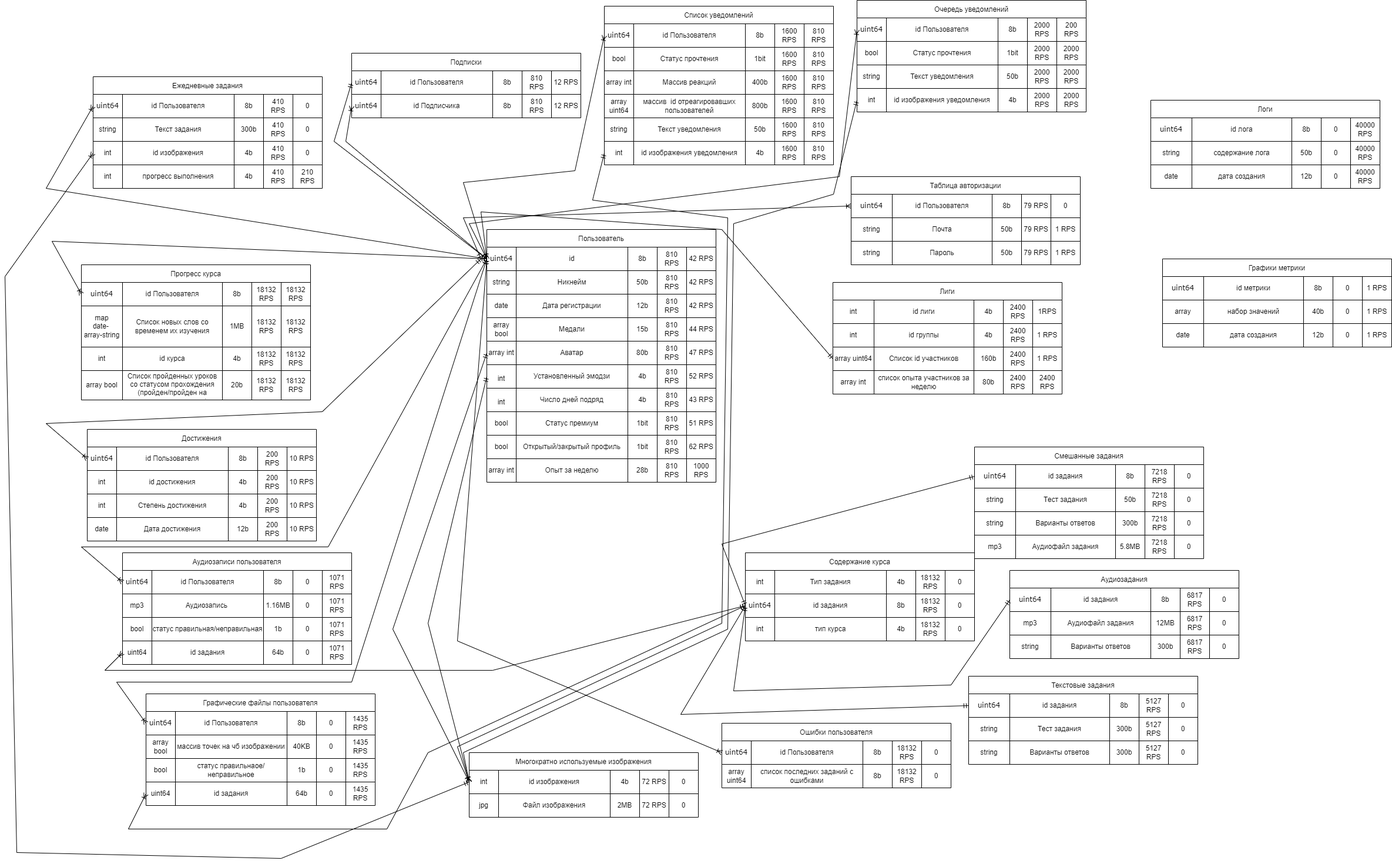
Before: logic_scheme.png, a diagram exported from draw.io (Olgmuzalev13/highload-duolingo). Source tidied: cells renumbered, new cells last; positions are measured from the earlier drawing's top-left corner, leaving out a move shared by most shapes.
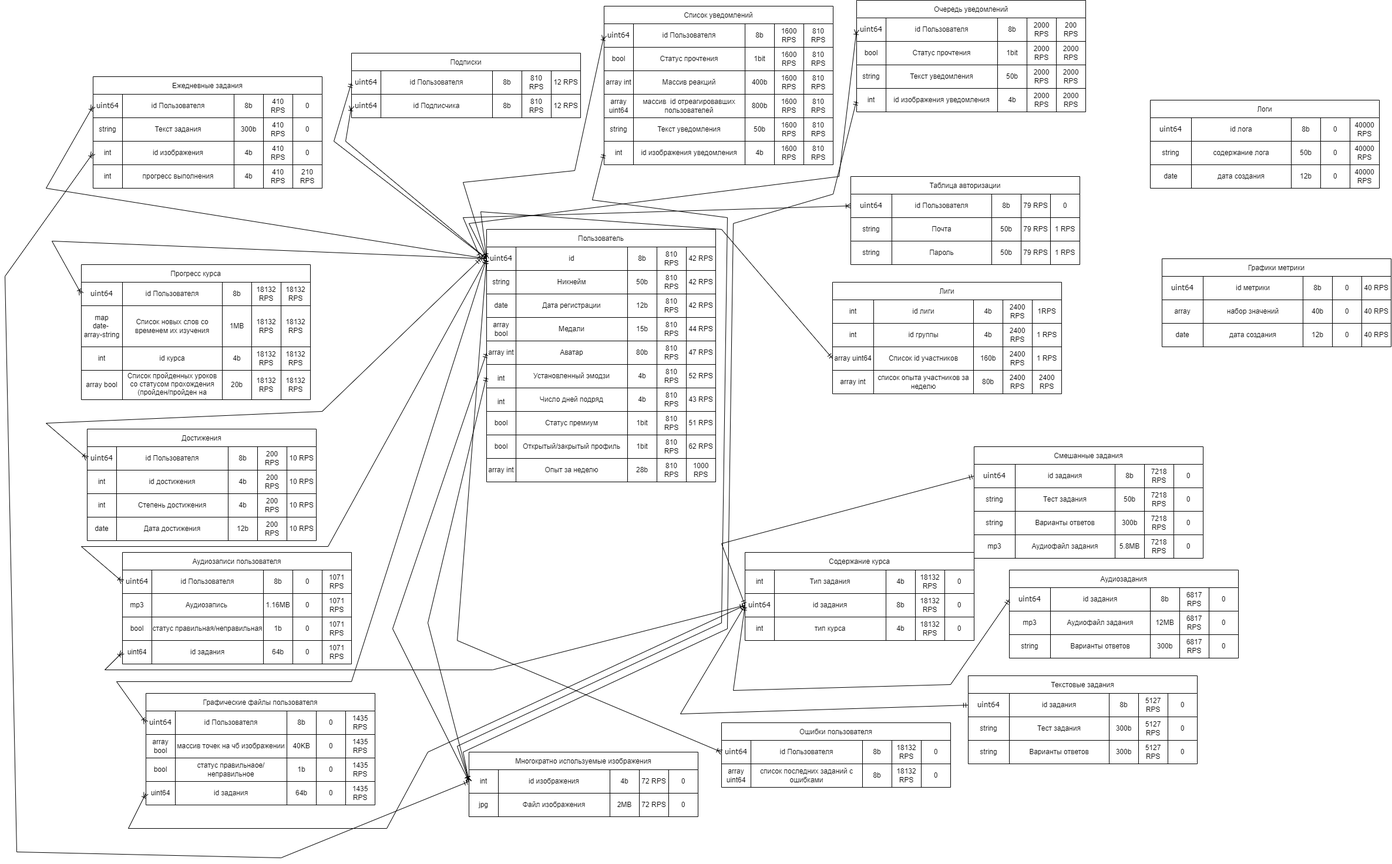
The same diagram one commit later.

What changed in the source:
```diff
@@ -1496,7 +1496,7 @@
     <mxCell id="461" value="0" style="shape=partialRectangle;html=1;whiteSpace=wrap;strokeColor=inherit;overflow=hidden;fillColor=none;top=0;left=0;bottom=0;right=0;" parent="457" vertex="1">
       <mxGeometry x="290" width="50" height="40" as="geometry" />
     </mxCell>
-    <mxCell id="462" value="1 RPS" style="shape=partialRectangle;html=1;whiteSpace=wrap;strokeColor=inherit;overflow=hidden;fillColor=none;top=0;left=0;bottom=0;right=0;" parent="457" vertex="1">
+    <mxCell id="462" value="40 RPS" style="shape=partialRectangle;html=1;whiteSpace=wrap;strokeColor=inherit;overflow=hidden;fillColor=none;top=0;left=0;bottom=0;right=0;" parent="457" vertex="1">
       <mxGeometry x="340" width="50" height="40" as="geometry" />
     </mxCell>
     <mxCell id="463" style="shape=tableRow;horizontal=0;startSize=0;swimlaneHead=0;swimlaneBody=0;strokeColor=inherit;top=0;left=0;bottom=0;right=0;fillColor=none;" parent="456" vertex="1">
@@ -1514,7 +1514,7 @@
     <mxCell id="467" value="0" style="shape=partialRectangle;html=1;whiteSpace=wrap;strokeColor=inherit;overflow=hidden;fillColor=none;top=0;left=0;bottom=0;right=0;" parent="463" vertex="1">
       <mxGeometry x="290" width="50" height="40" as="geometry" />
     </mxCell>
-    <mxCell id="468" value="1 RPS" style="shape=partialRectangle;html=1;whiteSpace=wrap;strokeColor=inherit;overflow=hidden;fillColor=none;top=0;left=0;bottom=0;right=0;" parent="463" vertex="1">
+    <mxCell id="468" value="40 RPS" style="shape=partialRectangle;html=1;whiteSpace=wrap;strokeColor=inherit;overflow=hidden;fillColor=none;top=0;left=0;bottom=0;right=0;" parent="463" vertex="1">
       <mxGeometry x="340" width="50" height="40" as="geometry" />
     </mxCell>
     <mxCell id="469" style="shape=tableRow;horizontal=0;startSize=0;swimlaneHead=0;swimlaneBody=0;strokeColor=inherit;top=0;left=0;bottom=0;right=0;fillColor=none;" parent="456" vertex="1">
@@ -1532,7 +1532,7 @@
     <mxCell id="473" value="0" style="shape=partialRectangle;html=1;whiteSpace=wrap;strokeColor=inherit;overflow=hidden;fillColor=none;top=0;left=0;bottom=0;right=0;" parent="469" vertex="1">
       <mxGeometry x="290" width="50" height="40" as="geometry" />
     </mxCell>
-    <mxCell id="474" value="1 RPS" style="shape=partialRectangle;html=1;whiteSpace=wrap;strokeColor=inherit;overflow=hidden;fillColor=none;top=0;left=0;bottom=0;right=0;" parent="469" vertex="1">
+    <mxCell id="474" value="40 RPS" style="shape=partialRectangle;html=1;whiteSpace=wrap;strokeColor=inherit;overflow=hidden;fillColor=none;top=0;left=0;bottom=0;right=0;" parent="469" vertex="1">
       <mxGeometry x="340" width="50" height="40" as="geometry" />
     </mxCell>
   </root>
```
